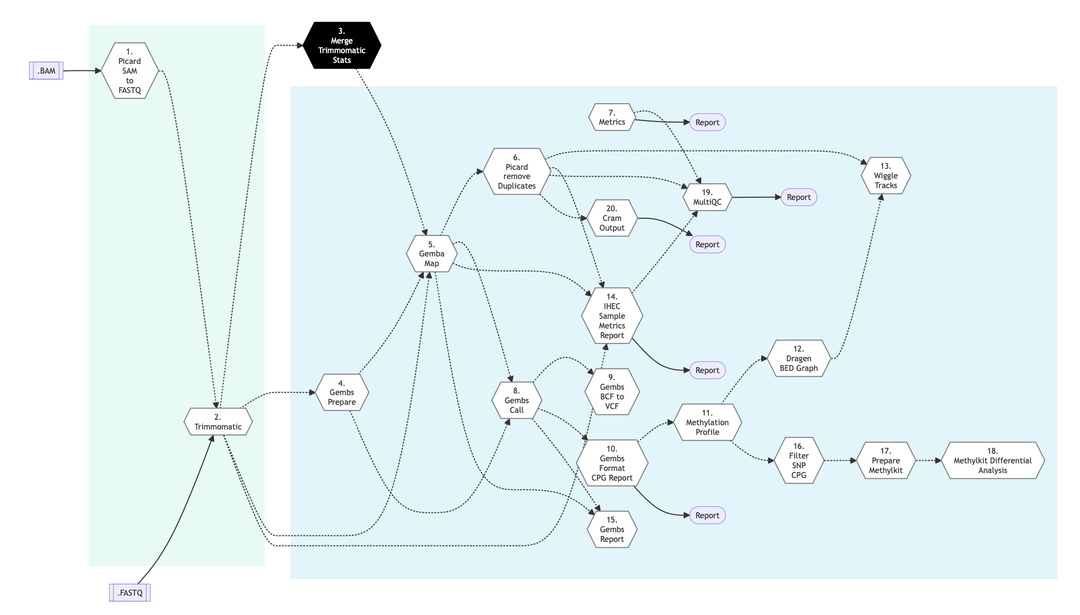
This is docs/source/img/pipelines/mmd/methylseq.gembs.mmd.png from c3g/GenPipes_Docs, a Mermaid export, as it was before one commit. Its source is kept beside it as wflows/source/mmd/pipelines/methylseq.gembs.mmd.
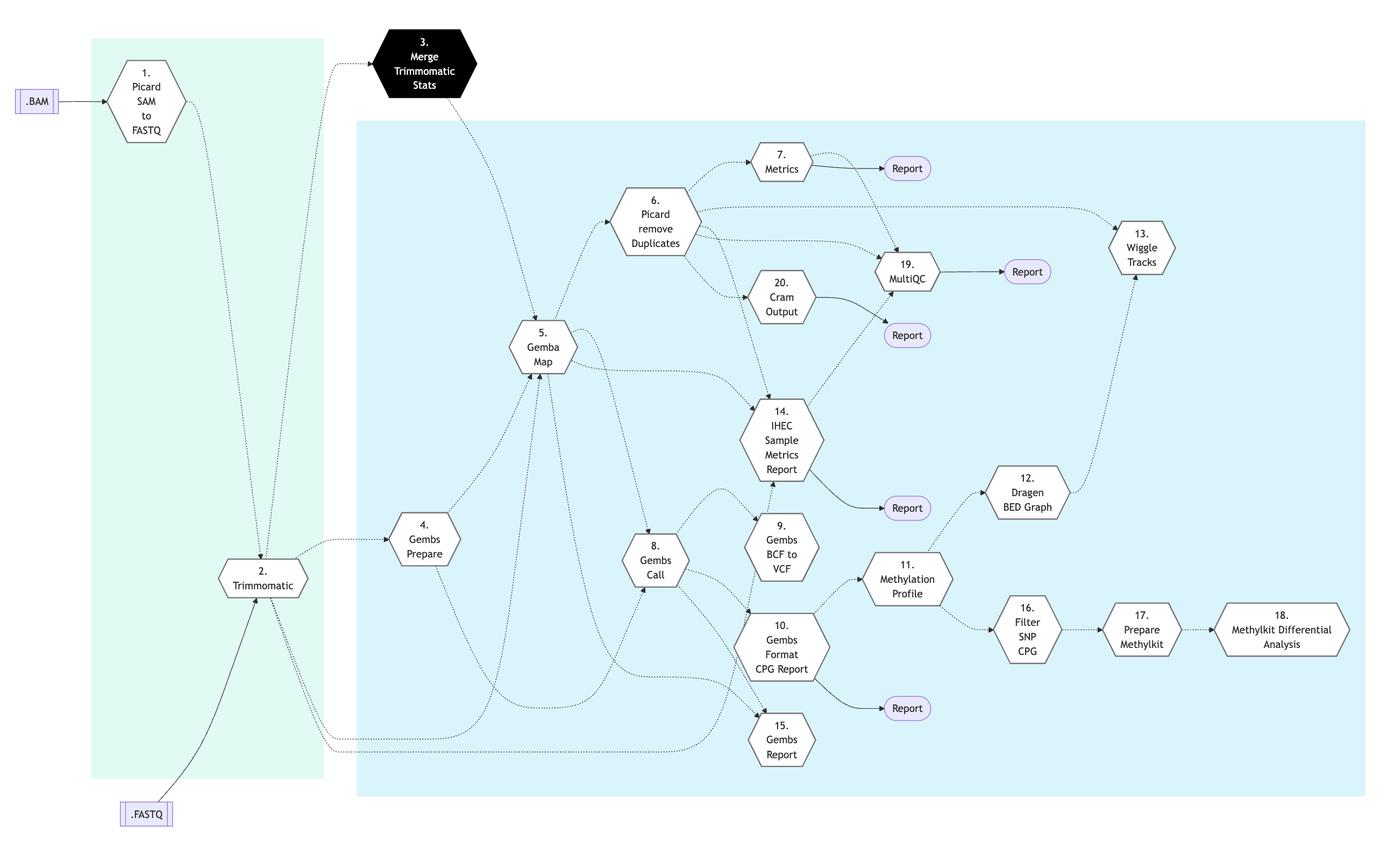
The same file after the commit.

Commit message:
Fix: #306 methylseq pipeline docs bug and discrepancy fixed

Diff of the diagram source:
```diff
@@ -10,32 +10,32 @@
           IHECReport([fa:fa-sticky-note-o Report])
           QCReport([fa:fa-sticky-note-o Report])
 
-          Node1{{ 1. <br/> Picard<br/>SAM<br/>to<br/>FASTQ }}:::nodefill
-          Node2{{ 2. <br/> Trimmomatic }}:::nodefill
-          Node3{{ 3. <br/> Merge <br/> Trimmomatic <br/> Stats }}:::nodefillblack
-          Node4{{ 4. <br/> Gembs <br/> Prepare }}:::nodefill
-          Node5{{ 5. <br/> Gemba <br/> Map }}:::nodefill
-          Node6{{ 6. <br/> Picard <br/> remove <br/> Duplicates }}:::nodefill
-          Node7{{ 7. <br/> Metrics }}:::nodefill
-          Node8{{ 8. <br/> Gembs<br/> Call }}:::nodefill
-          Node9{{ 9. <br/> Gembs<br/> BCF to<br/>VCF }}:::nodefill
-          Node10{{ 10. <br/> Gembs<br/> Format<br/>CPG Report }}:::nodefill
-          Node11{{ 11. <br/> Methylation <br/> Profile }}:::nodefill
-          Node12{{ 12. <br/> Dragen <br/> BED Graph }}:::nodefill
-          Node13{{ 13. <br/> Wiggle <br/> Tracks }}:::nodefill
-          Node14{{ 14. <br/> IHEC <br/> Sample <br/> Metrics <br/> Report }}:::nodefill
-          Node15{{ 15. <br/> Gembs <br/> Report  }}:::nodefill
-          Node16{{ 16. <br/> Filter <br/> SNP <br/> CPG }}:::nodefill
-          Node17{{ 17. <br/> Prepare <br/> Methylkit }}:::nodefill
-          Node18{{ 18. <br/> Methylkit Differential <br/> Analysis }}:::nodefill
-          Node19{{ 19. <br/> MultiQC }}:::nodefill
-          Node20{{ 20. <br/> Cram <br/> Output }}:::nodefill
+          Node1{{ 1.<br/> Picard<br/>SAM<br/>to<br/>FASTQ }}:::nodefill
+          Node2{{ 2.<br/> Trimmomatic }}:::nodefill
+          Node3{{ 3.<br/> Merge <br/> Trimmomatic <br/> Stats }}:::nodefillblack
+          Node4{{ 4.<br/> Gembs <br/> Prepare }}:::nodefill
+          Node5{{ 5.<br/> Gemba <br/> Map }}:::nodefill
+          Node6{{ 6.<br/> Picard <br/> remove <br/> Duplicates }}:::nodefill
+          Node7{{ 7.<br/> Metrics }}:::nodefill
+          Node8{{ 8.<br/> Gembs<br/> Call }}:::nodefill
+          Node9{{ 9.<br/> Gembs<br/> BCF to<br/>VCF }}:::nodefill
+          Node10{{ 10.<br/> Gembs<br/> Format<br/>CPG Report }}:::nodefill
+          Node11{{ 11.<br/> Methylation <br/> Profile }}:::nodefill
+          Node12{{ 12.<br/> Dragen <br/> BED Graph }}:::nodefill
+          Node13{{ 13.<br/> Wiggle <br/> Tracks }}:::nodefill
+          Node14{{ 14.<br/> IHEC <br/> Sample <br/> Metrics <br/> Report }}:::nodefill
+          Node15{{ 15.<br/> Gembs <br/> Report  }}:::nodefill
+          Node16{{ 16.<br/> Filter <br/> SNP <br/> CPG }}:::nodefill
+          Node17{{ 17.<br/> Prepare <br/> Methylkit }}:::nodefill
+          Node18{{ 18.<br/> Methylkit Differential <br/> Analysis }}:::nodefill
+          Node19{{ 19.<br/> MultiQC }}:::nodefill
+          Node20{{ 20.<br/> Cram <br/> Output }}:::nodefill
 
           InputBAM --> Node1 -.-> Node2
           InputFASTQ --> Node2
 
           Node2 -.-> Node3 & Node4
-          Node2 & Node3 & Node4 -.-> Node5 -.-> Node6
+          Node2 & Node3 & Node4 -.-> Node5 -.-> Node6 -.-> Node7
           Node4 & Node5 -.-> Node8 -.-> Node9 & Node10
           Node10 -.-> Node11 -.-> Node12
           Node6 & Node12 -.-> Node13
```
